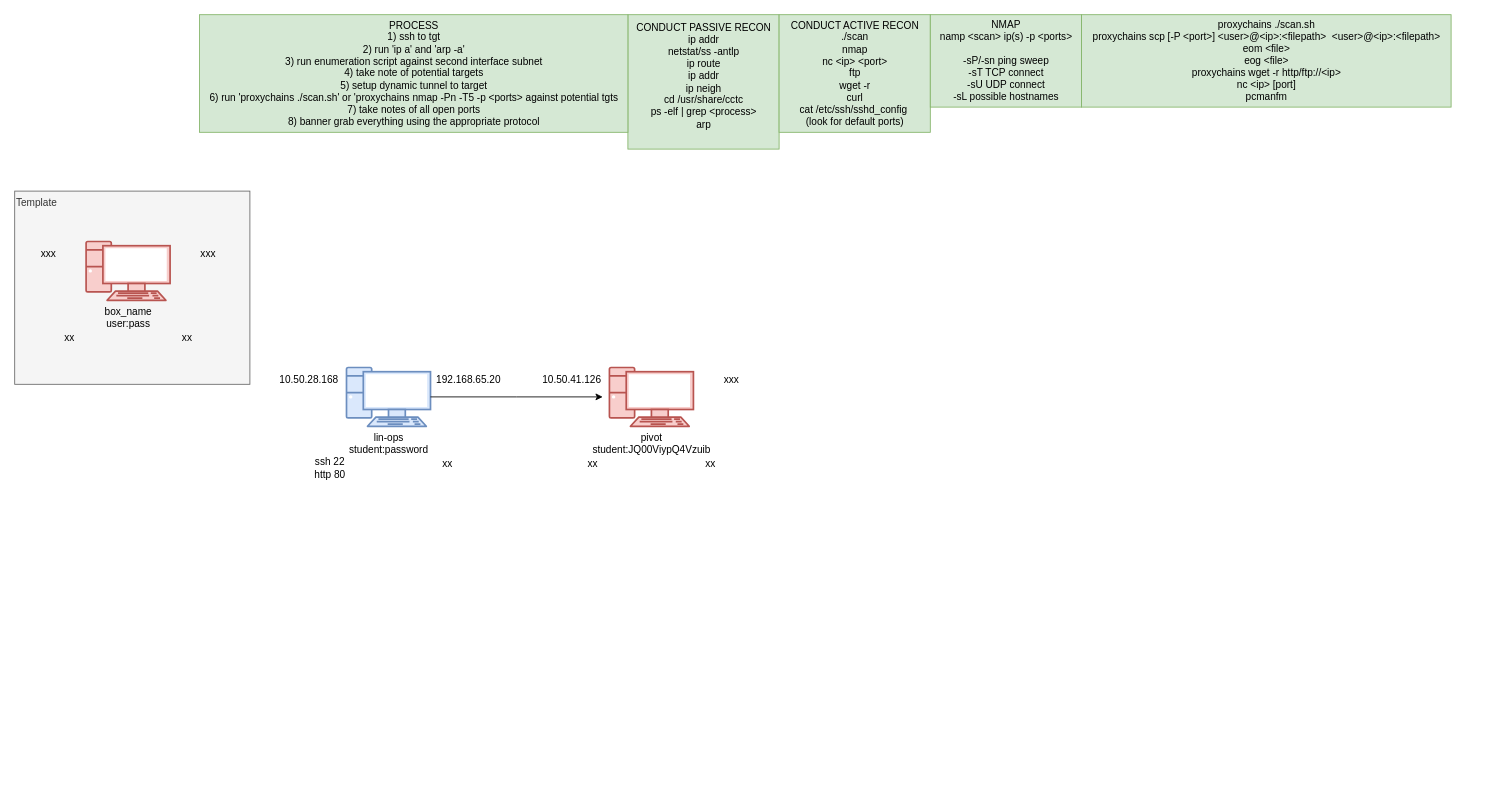
Before: CCTC/SEC/Day_6/Exploit/Exploit.drawio in wifi96h/new, a draw.io diagram. Source tidied: cells renumbered, new cells numbered last; positions are measured from the earlier drawing's top-left corner, leaving out a move shared by most shapes. Both pictures are drawn from the tidied source at 84%, with x=0, y=0 at pixel (14, 14).
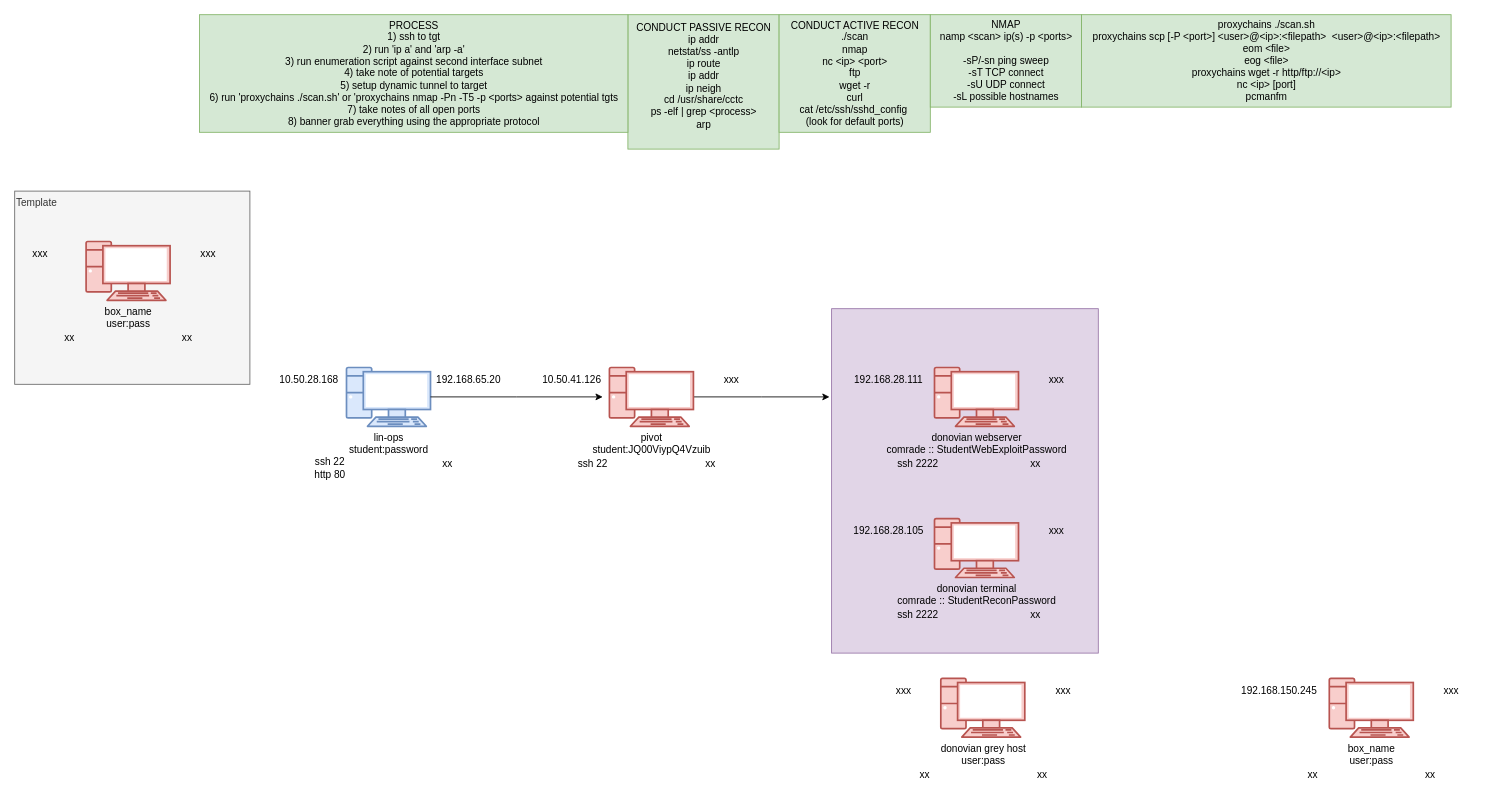
The same diagram, later.

The change refers to these unchanged cells:
```xml
<mxCell id="4" style="group;" parent="3" vertex="1">
  <mxGeometry y="20" width="225" height="130" as="geometry" />
</mxCell>
<mxCell id="18" style="group;" parent="17" vertex="1">
  <mxGeometry y="20" width="225" height="130" as="geometry" />
</mxCell>
<mxCell id="19" value="&lt;div&gt;pivot&lt;/div&gt;&lt;div&gt;student:JQ00ViypQ4Vzuib&lt;/div&gt;" style="verticalAlign=top;verticalLabelPosition=bottom;labelPosition=center;align=center;html=1;outlineConnect=0;fillColor=#f8cecc;strokeColor=#b85450;gradientDirection=north;strokeWidth=2;shape=mxgraph.networks.pc;" parent="18" vertex="1">
  <mxGeometry x="35" width="100" height="70" as="geometry" />
</mxCell>
```

What changed in the source:
```diff
@@
+    <mxCell id="30" style="whiteSpace=wrap;html=1;fillColor=#e1d5e7;strokeColor=#9673a6;" parent="1" vertex="1">
+      <mxGeometry x="972.5" y="350" width="317.5" height="410" as="geometry" />
+    </mxCell>
@@
-    <mxCell id="8" value="xxx" style="text;html=1;align=center;verticalAlign=middle;strokeColor=none;fillColor=none;" parent="4" vertex="1">
-      <mxGeometry x="-30" width="40" height="30" as="geometry" />
-    </mxCell>
@@
+    <mxCell id="31" style="edgeStyle=orthogonalEdgeStyle;rounded=0;jettySize=auto;html=1;exitX=1;exitY=0.5;exitDx=0;exitDy=0;exitPerimeter=0;" parent="18" edge="1" source="19">
+      <mxGeometry relative="1" as="geometry">
+        <mxPoint x="297" y="35" as="targetPoint" />
+      </mxGeometry>
+    </mxCell>
@@
-    <mxCell id="20" value="xx" style="text;html=1;align=center;verticalAlign=middle;strokeColor=none;fillColor=none;" parent="18" vertex="1">
-      <mxGeometry x="-5" y="100" width="40" height="30" as="geometry" />
+    <mxCell id="20" value="ssh 22" style="text;html=1;align=center;verticalAlign=middle;strokeColor=none;fillColor=none;" parent="18" vertex="1">
+      <mxGeometry x="-15" y="100" width="60" height="30" as="geometry" />
     </mxCell>
@@
+    <mxCell id="32" style="group;" parent="1" vertex="1">
+      <mxGeometry x="1067.5" y="770" width="225" height="150" as="geometry" />
+    </mxCell>
+    <mxCell id="33" style="group;" parent="32" vertex="1">
+      <mxGeometry y="20" width="225" height="130" as="geometry" />
+    </mxCell>
+    <mxCell id="34" value="&lt;div&gt;donovian grey host&lt;/div&gt;&lt;div&gt;user:pass&lt;/div&gt;" style="verticalAlign=top;verticalLabelPosition=bottom;labelPosition=center;align=center;html=1;fillColor=#f8cecc;strokeColor=#b85450;gradientDirection=north;strokeWidth=2;shape=mxgraph.networks.pc;" parent="33" vertex="1">
+      <mxGeometry x="35" width="100" height="70" as="geometry" />
+    </mxCell>
+    <mxCell id="35" value="xx" style="text;html=1;align=center;verticalAlign=middle;strokeColor=none;fillColor=none;" parent="33" vertex="1">
+      <mxGeometry x="-5" y="100" width="40" height="30" as="geometry" />
+    </mxCell>
+    <mxCell id="36" value="xxx" style="text;html=1;align=center;verticalAlign=middle;strokeColor=none;fillColor=none;" parent="33" vertex="1">
+      <mxGeometry x="160" width="40" height="30" as="geometry" />
+    </mxCell>
+    <mxCell id="37" value="xxx" style="text;html=1;align=center;verticalAlign=middle;strokeColor=none;fillColor=none;" parent="33" vertex="1">
+      <mxGeometry x="-30" width="40" height="30" as="geometry" />
+    </mxCell>
+    <mxCell id="38" value="xx" style="text;html=1;align=center;verticalAlign=middle;strokeColor=none;fillColor=none;" parent="33" vertex="1">
+      <mxGeometry x="135" y="100" width="40" height="30" as="geometry" />
+    </mxCell>
+    <mxCell id="8" value="xxx" style="text;html=1;align=center;verticalAlign=middle;strokeColor=none;fillColor=none;" parent="1" vertex="1">
+      <mxGeometry x="10" y="270" width="40" height="30" as="geometry" />
+    </mxCell>
+    <mxCell id="39" style="group;" parent="1" vertex="1">
+      <mxGeometry x="1450" y="770" width="305" height="150" as="geometry" />
+    </mxCell>
+    <mxCell id="40" style="group;" parent="39" vertex="1">
+      <mxGeometry x="80" width="225" height="150" as="geometry" />
+    </mxCell>
+    <mxCell id="41" style="group;" parent="40" vertex="1">
+      <mxGeometry y="20" width="225" height="130" as="geometry" />
+    </mxCell>
+    <mxCell id="42" value="box_name&lt;div&gt;user:pass&lt;/div&gt;" style="verticalAlign=top;verticalLabelPosition=bottom;labelPosition=center;align=center;html=1;fillColor=#f8cecc;strokeColor=#b85450;gradientDirection=north;strokeWidth=2;shape=mxgraph.networks.pc;" parent="41" vertex="1">
+      <mxGeometry x="35" width="100" height="70" as="geometry" />
+    </mxCell>
+    <mxCell id="43" value="xx" style="text;html=1;align=center;verticalAlign=middle;strokeColor=none;fillColor=none;" parent="41" vertex="1">
+      <mxGeometry x="-5" y="100" width="40" height="30" as="geometry" />
+    </mxCell>
+    <mxCell id="44" value="xxx" style="text;html=1;align=center;verticalAlign=middle;strokeColor=none;fillColor=none;" parent="41" vertex="1">
+      <mxGeometry x="160" width="40" height="30" as="geometry" />
+    </mxCell>
+    <mxCell id="45" value="xx" style="text;html=1;align=center;verticalAlign=middle;strokeColor=none;fillColor=none;" parent="41" vertex="1">
+      <mxGeometry x="135" y="100" width="40" height="30" as="geometry" />
+    </mxCell>
+    <mxCell id="46" value="192.168.150.245" style="text;html=1;align=center;verticalAlign=middle;strokeColor=none;fillColor=none;" parent="39" vertex="1">
+      <mxGeometry y="20" width="110" height="30" as="geometry" />
+    </mxCell>
+    <mxCell id="47" style="group;" parent="1" vertex="1">
+      <mxGeometry x="985" y="580" width="300" height="150" as="geometry" />
+    </mxCell>
+    <mxCell id="48" style="group;" parent="47" vertex="1">
+      <mxGeometry x="75" width="225" height="150" as="geometry" />
+    </mxCell>
+    <mxCell id="49" style="group;" parent="48" vertex="1">
+      <mxGeometry y="20" width="225" height="130" as="geometry" />
+    </mxCell>
+    <mxCell id="50" value="&lt;span style=&quot;background-color: initial;&quot;&gt;donovian terminal&lt;/span&gt;&lt;div&gt;comrade :: StudentReconPassword&lt;br&gt;&lt;/div&gt;" style="verticalAlign=top;verticalLabelPosition=bottom;labelPosition=center;align=center;html=1;fillColor=#f8cecc;strokeColor=#b85450;gradientDirection=north;strokeWidth=2;shape=mxgraph.networks.pc;" parent="49" vertex="1">
+      <mxGeometry x="35" width="100" height="70" as="geometry" />
+    </mxCell>
+    <mxCell id="51" value="ssh 2222" style="text;html=1;align=center;verticalAlign=middle;strokeColor=none;fillColor=none;" parent="49" vertex="1">
+      <mxGeometry x="-20" y="100" width="70" height="30" as="geometry" />
+    </mxCell>
+    <mxCell id="52" value="xxx" style="text;html=1;align=center;verticalAlign=middle;strokeColor=none;fillColor=none;" parent="49" vertex="1">
+      <mxGeometry x="160" width="40" height="30" as="geometry" />
+    </mxCell>
+    <mxCell id="53" value="xx" style="text;html=1;align=center;verticalAlign=middle;strokeColor=none;fillColor=none;" parent="49" vertex="1">
+      <mxGeometry x="135" y="100" width="40" height="30" as="geometry" />
+    </mxCell>
+    <mxCell id="54" value="192.168.28.105" style="text;html=1;align=center;verticalAlign=middle;strokeColor=none;fillColor=none;" parent="47" vertex="1">
+      <mxGeometry y="20" width="110" height="30" as="geometry" />
+    </mxCell>
+    <mxCell id="55" style="group;" parent="1" vertex="1">
+      <mxGeometry x="985" y="400" width="300" height="150" as="geometry" />
+    </mxCell>
+    <mxCell id="56" style="group;" parent="55" vertex="1">
+      <mxGeometry x="75" width="225" height="150" as="geometry" />
+    </mxCell>
+    <mxCell id="57" style="group;" parent="56" vertex="1">
+      <mxGeometry y="20" width="225" height="130" as="geometry" />
+    </mxCell>
+    <mxCell id="58" value="donovian webserver&lt;div&gt;comrade :: StudentWebExploitPassword&lt;/div&gt;" style="verticalAlign=top;verticalLabelPosition=bottom;labelPosition=center;align=center;html=1;fillColor=#f8cecc;strokeColor=#b85450;gradientDirection=north;strokeWidth=2;shape=mxgraph.networks.pc;" parent="57" vertex="1">
+      <mxGeometry x="35" width="100" height="70" as="geometry" />
+    </mxCell>
+    <mxCell id="59" value="ssh 2222" style="text;html=1;align=center;verticalAlign=middle;strokeColor=none;fillColor=none;" parent="57" vertex="1">
+      <mxGeometry x="-20" y="100" width="70" height="30" as="geometry" />
+    </mxCell>
+    <mxCell id="60" value="xxx" style="text;html=1;align=center;verticalAlign=middle;strokeColor=none;fillColor=none;" parent="57" vertex="1">
+      <mxGeometry x="160" width="40" height="30" as="geometry" />
+    </mxCell>
+    <mxCell id="61" value="xx" style="text;html=1;align=center;verticalAlign=middle;strokeColor=none;fillColor=none;" parent="57" vertex="1">
+      <mxGeometry x="135" y="100" width="40" height="30" as="geometry" />
+    </mxCell>
+    <mxCell id="62" value="192.168.28.111" style="text;html=1;align=center;verticalAlign=middle;strokeColor=none;fillColor=none;" parent="55" vertex="1">
+      <mxGeometry y="20" width="110" height="30" as="geometry" />
+    </mxCell>
```
